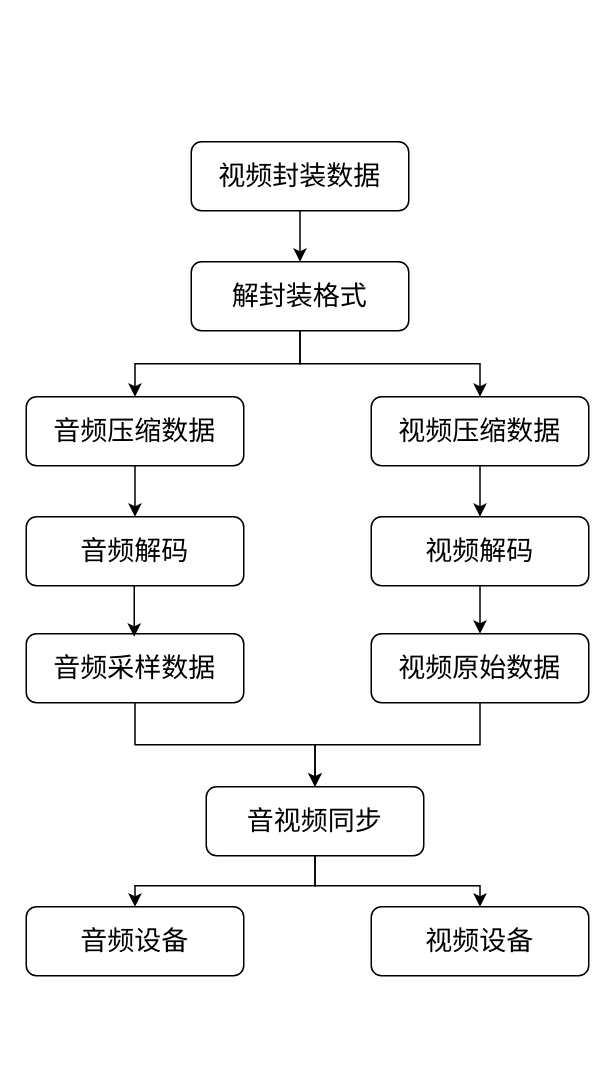
The draw.io diagram page "Page-2" (2 of 5) of Untitled Diagram.drawio in fengli-git/storehouse, before the edit. Source tidied: cells renumbered, new cells numbered last; positions are measured from the earlier drawing's top-left corner, leaving out a move shared by most shapes. Both pictures are drawn from the tidied source at 150%, with x=0, y=0 at pixel (26, 141).
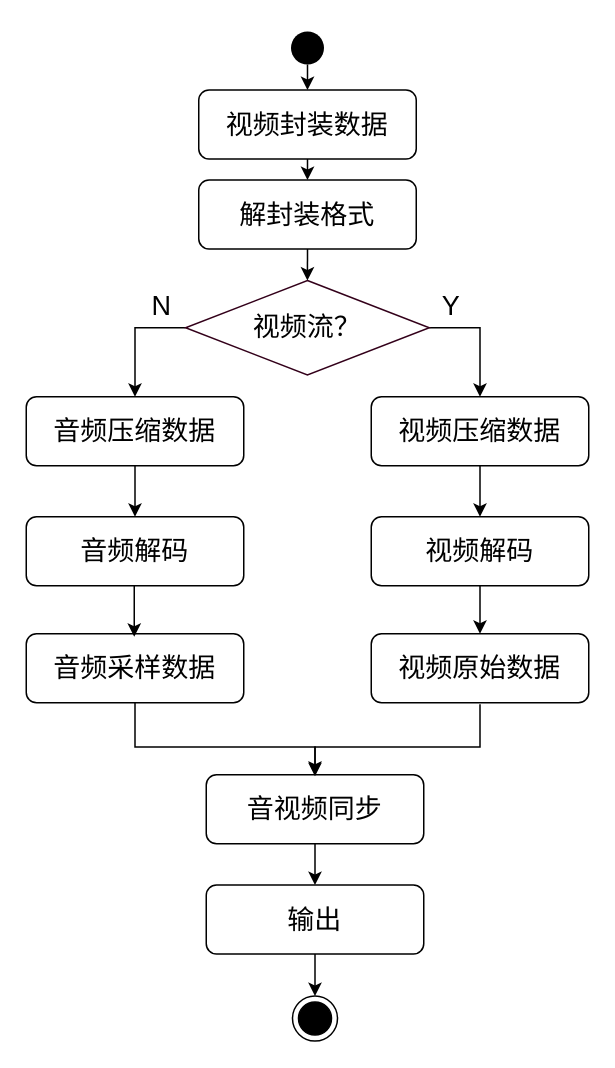
The same page after the edit.

Unchanged cells that the change refers to:
```xml
<mxCell id="7" value="&lt;span style=&quot;font-size: 18px&quot;&gt;音频压缩数据&lt;/span&gt;" style="rounded=1;whiteSpace=wrap;html=1;" parent="1" vertex="1">
  <mxGeometry y="170" width="145" height="46" as="geometry" />
</mxCell>
<mxCell id="10" value="&lt;span style=&quot;font-size: 18px&quot;&gt;音频采样数据&lt;/span&gt;" style="rounded=1;whiteSpace=wrap;html=1;" parent="1" vertex="1">
  <mxGeometry y="328" width="145" height="46" as="geometry" />
</mxCell>
<mxCell id="14" value="&lt;span style=&quot;font-size: 18px&quot;&gt;视频压缩数据&lt;/span&gt;" style="rounded=1;whiteSpace=wrap;html=1;" parent="1" vertex="1">
  <mxGeometry x="230" y="170" width="145" height="46" as="geometry" />
</mxCell>
<mxCell id="17" value="&lt;span style=&quot;font-size: 18px&quot;&gt;视频原始数据&lt;/span&gt;" style="rounded=1;whiteSpace=wrap;html=1;" parent="1" vertex="1">
  <mxGeometry x="230" y="328" width="145" height="46" as="geometry" />
</mxCell>
```

Diff of the diagram source:
```diff
@@
     <mxCell id="3" value="&lt;span style=&quot;font-size: 18px&quot;&gt;视频封装数据&lt;/span&gt;" style="rounded=1;whiteSpace=wrap;html=1;" parent="1" vertex="1">
-      <mxGeometry x="110" width="145" height="46" as="geometry" />
+      <mxGeometry x="115" y="-34.5" width="145" height="46" as="geometry" />
     </mxCell>
-    <mxCell id="4" style="edgeStyle=orthogonalEdgeStyle;rounded=0;jettySize=auto;html=1;exitX=0.5;exitY=1;exitDx=0;exitDy=0;entryX=0.5;entryY=0;entryDx=0;entryDy=0;" parent="1" edge="1" source="6" target="7">
+    <mxCell id="4" style="edgeStyle=orthogonalEdgeStyle;rounded=0;jettySize=auto;html=1;exitX=0;exitY=0.5;exitDx=0;exitDy=0;entryX=0.5;entryY=0;entryDx=0;entryDy=0;" parent="1" edge="1" source="27" target="7">
       <mxGeometry relative="1" as="geometry" />
     </mxCell>
-    <mxCell id="5" style="edgeStyle=orthogonalEdgeStyle;rounded=0;jettySize=auto;html=1;exitX=0.5;exitY=1;exitDx=0;exitDy=0;entryX=0.5;entryY=0;entryDx=0;entryDy=0;" parent="1" edge="1" source="6" target="14">
+    <mxCell id="5" style="edgeStyle=orthogonalEdgeStyle;rounded=0;jettySize=auto;html=1;exitX=1;exitY=0.5;exitDx=0;exitDy=0;entryX=0.5;entryY=0;entryDx=0;entryDy=0;" parent="1" edge="1" source="27" target="14">
       <mxGeometry relative="1" as="geometry" />
     </mxCell>
+    <mxCell id="24" style="edgeStyle=orthogonalEdgeStyle;rounded=0;jettySize=auto;html=1;exitX=0.5;exitY=1;exitDx=0;exitDy=0;entryX=0.5;entryY=0;entryDx=0;entryDy=0;strokeColor=#000000;" parent="1" edge="1" source="6" target="27">
+      <mxGeometry relative="1" as="geometry" />
+    </mxCell>
     <mxCell id="6" value="&lt;span style=&quot;font-size: 18px&quot;&gt;解封装格式&lt;/span&gt;" style="rounded=1;whiteSpace=wrap;html=1;" parent="1" vertex="1">
-      <mxGeometry x="110" y="80" width="145" height="46" as="geometry" />
+      <mxGeometry x="115" y="25.5" width="145" height="46" as="geometry" />
     </mxCell>
@@
     <mxCell id="9" style="edgeStyle=orthogonalEdgeStyle;rounded=0;jettySize=auto;html=1;exitX=0.5;exitY=1;exitDx=0;exitDy=0;entryX=0.5;entryY=0;entryDx=0;entryDy=0;" parent="1" edge="1" source="10" target="13">
-      <mxGeometry relative="1" as="geometry" />
+      <mxGeometry relative="1" as="geometry">
+        <Array as="points">
+          <mxPoint x="73" y="403.5" />
+          <mxPoint x="193" y="403.5" />
+        </Array>
+      </mxGeometry>
     </mxCell>
@@
-    <mxCell id="11" style="edgeStyle=orthogonalEdgeStyle;rounded=0;jettySize=auto;html=1;exitX=0.5;exitY=1;exitDx=0;exitDy=0;entryX=0.5;entryY=0;entryDx=0;entryDy=0;" parent="1" edge="1" source="13" target="18">
-      <mxGeometry relative="1" as="geometry">
-        <Array as="points">
-          <mxPoint x="193" y="496" />
-          <mxPoint x="73" y="496" />
-        </Array>
-      </mxGeometry>
+    <mxCell id="11" style="edgeStyle=orthogonalEdgeStyle;rounded=0;jettySize=auto;html=1;exitX=0.5;exitY=1;exitDx=0;exitDy=0;endArrow=classic;endFill=1;strokeColor=#000000;" parent="1" edge="1" source="13" target="18">
+      <mxGeometry relative="1" as="geometry" />
     </mxCell>
-    <mxCell id="12" style="edgeStyle=orthogonalEdgeStyle;rounded=0;jettySize=auto;html=1;exitX=0.5;exitY=1;exitDx=0;exitDy=0;entryX=0.5;entryY=0;entryDx=0;entryDy=0;" parent="1" edge="1" source="13" target="19">
-      <mxGeometry relative="1" as="geometry">
-        <Array as="points">
-          <mxPoint x="193" y="496" />
-          <mxPoint x="303" y="496" />
-        </Array>
-      </mxGeometry>
-    </mxCell>
     <mxCell id="13" value="&lt;span style=&quot;font-size: 18px&quot;&gt;音视频同步&lt;/span&gt;" style="rounded=1;whiteSpace=wrap;html=1;" parent="1" vertex="1">
-      <mxGeometry x="120" y="430" width="145" height="46" as="geometry" />
+      <mxGeometry x="120" y="422" width="145" height="46" as="geometry" />
     </mxCell>
@@
-    <mxCell id="16" style="edgeStyle=orthogonalEdgeStyle;rounded=0;jettySize=auto;html=1;exitX=0.5;exitY=1;exitDx=0;exitDy=0;entryX=0.5;entryY=0;entryDx=0;entryDy=0;" parent="1" edge="1" source="17" target="13">
-      <mxGeometry relative="1" as="geometry" />
+    <mxCell id="16" style="edgeStyle=orthogonalEdgeStyle;rounded=0;orthogonalLoop=1;jettySize=auto;html=1;exitX=0.5;exitY=1;exitDx=0;exitDy=0;entryX=0.5;entryY=0;entryDx=0;entryDy=0;" parent="1" edge="1">
+      <mxGeometry relative="1" as="geometry">
+        <mxPoint x="302.5" y="375" as="sourcePoint" />
+        <mxPoint x="192.5" y="423" as="targetPoint" />
+        <Array as="points">
+          <mxPoint x="303" y="403.5" />
+          <mxPoint x="193" y="403.5" />
+        </Array>
+      </mxGeometry>
     </mxCell>
@@
+    <mxCell id="25" style="edgeStyle=orthogonalEdgeStyle;rounded=0;jettySize=auto;html=1;exitX=0.5;exitY=1;exitDx=0;exitDy=0;entryX=0.5;entryY=0;entryDx=0;entryDy=0;endArrow=classic;endFill=1;strokeColor=#000000;" parent="1" edge="1" source="18" target="31">
+      <mxGeometry relative="1" as="geometry" />
+    </mxCell>
-    <mxCell id="18" value="&lt;span style=&quot;font-size: 18px&quot;&gt;音频设备&lt;/span&gt;" style="rounded=1;whiteSpace=wrap;html=1;" parent="1" vertex="1">
-      <mxGeometry y="510" width="145" height="46" as="geometry" />
+    <mxCell id="18" value="&lt;span style=&quot;font-size: 18px&quot;&gt;输出&lt;/span&gt;" style="rounded=1;whiteSpace=wrap;html=1;" parent="1" vertex="1">
+      <mxGeometry x="120" y="495.5" width="145" height="46" as="geometry" />
     </mxCell>
-    <mxCell id="19" value="&lt;span style=&quot;font-size: 18px&quot;&gt;视频设备&lt;/span&gt;" style="rounded=1;whiteSpace=wrap;html=1;" parent="1" vertex="1">
-      <mxGeometry x="230" y="510" width="145" height="46" as="geometry" />
-    </mxCell>
@@
+    <mxCell id="26" style="endArrow=classic;html=1;strokeColor=#000000;entryX=0.5;entryY=0;entryDx=0;entryDy=0;" parent="1" edge="1" target="3">
+      <mxGeometry relative="1" as="geometry">
+        <mxPoint x="187.5" y="-51.5" as="sourcePoint" />
+      </mxGeometry>
+    </mxCell>
+    <mxCell id="27" value="&lt;font style=&quot;font-size: 18px&quot;&gt;视频流？&lt;/font&gt;" style="rhombus;whiteSpace=wrap;html=1;strokeColor=#33001A;fillColor=none;gradientColor=#ffffff;" parent="1" vertex="1">
+      <mxGeometry x="106.2" y="92.5" width="162.5" height="63" as="geometry" />
+    </mxCell>
+    <mxCell id="28" value="&lt;font style=&quot;font-size: 18px&quot;&gt;N&lt;/font&gt;" style="text;html=1;align=center;verticalAlign=middle;strokeColor=none;" parent="1" vertex="1">
+      <mxGeometry x="78.2" y="99.5" width="23" height="20" as="geometry" />
+    </mxCell>
+    <mxCell id="29" value="&lt;font style=&quot;font-size: 18px&quot;&gt;Y&lt;/font&gt;" style="text;html=1;align=center;verticalAlign=middle;strokeColor=none;" parent="1" vertex="1">
+      <mxGeometry x="272" y="99.5" width="22" height="20" as="geometry" />
+    </mxCell>
+    <mxCell id="30" style="ellipse;html=1;shape=endState;fillColor=#000000;strokeColor=none;" parent="1" vertex="1">
+      <mxGeometry x="172.5" y="-77.5" width="30" height="30" as="geometry" />
+    </mxCell>
+    <mxCell id="31" style="ellipse;html=1;shape=endState;fillColor=#000000;" parent="1" vertex="1">
+      <mxGeometry x="177.5" y="569.5" width="30" height="30" as="geometry" />
+    </mxCell>
```
